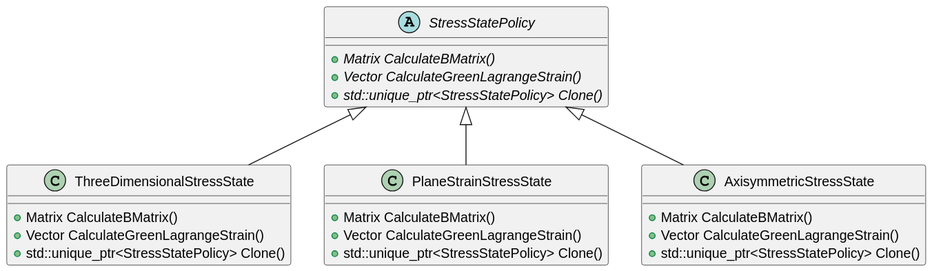
Above: applications/GeoMechanicsApplication/custom_elements/stress_state_policies.svg in KratosMultiphysics/Kratos (PlantUML), before the change.
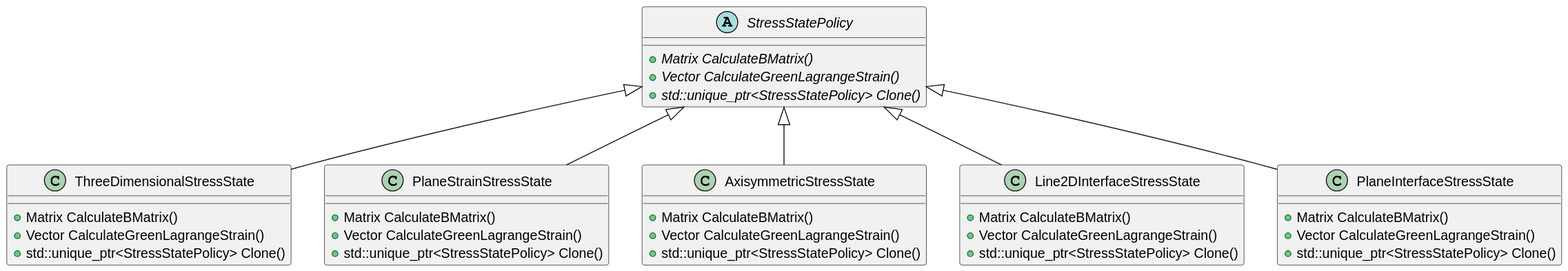
The same diagram one commit later.

Commit message:
Added documentation for the interface stress states

- Listed classes `Line2DInterfaceStressState` and `PlaneInterfaceStressState`.
- Extended the class hierarchy with the interface stress states.
- Explained how the B matrix is calculated for interface stress states.
- Fixed a few broken links.

What changed in the source:
```diff
@@ -24,7 +24,21 @@
   +std::unique_ptr<StressStatePolicy> Clone()
 }
 
+class Line2DInterfaceStressState {
+  +Matrix CalculateBMatrix()
+  +Vector CalculateGreenLagrangeStrain()
+  +std::unique_ptr<StressStatePolicy> Clone()
+}
+
+class PlaneInterfaceStressState {
+  +Matrix CalculateBMatrix()
+  +Vector CalculateGreenLagrangeStrain()
+  +std::unique_ptr<StressStatePolicy> Clone()
+}
+
 StressStatePolicy <|-- ThreeDimensionalStressState
 StressStatePolicy <|-- PlaneStrainStressState
 StressStatePolicy <|-- AxisymmetricStressState
+StressStatePolicy <|-- Line2DInterfaceStressState
+StressStatePolicy <|-- PlaneInterfaceStressState
 @enduml
```
